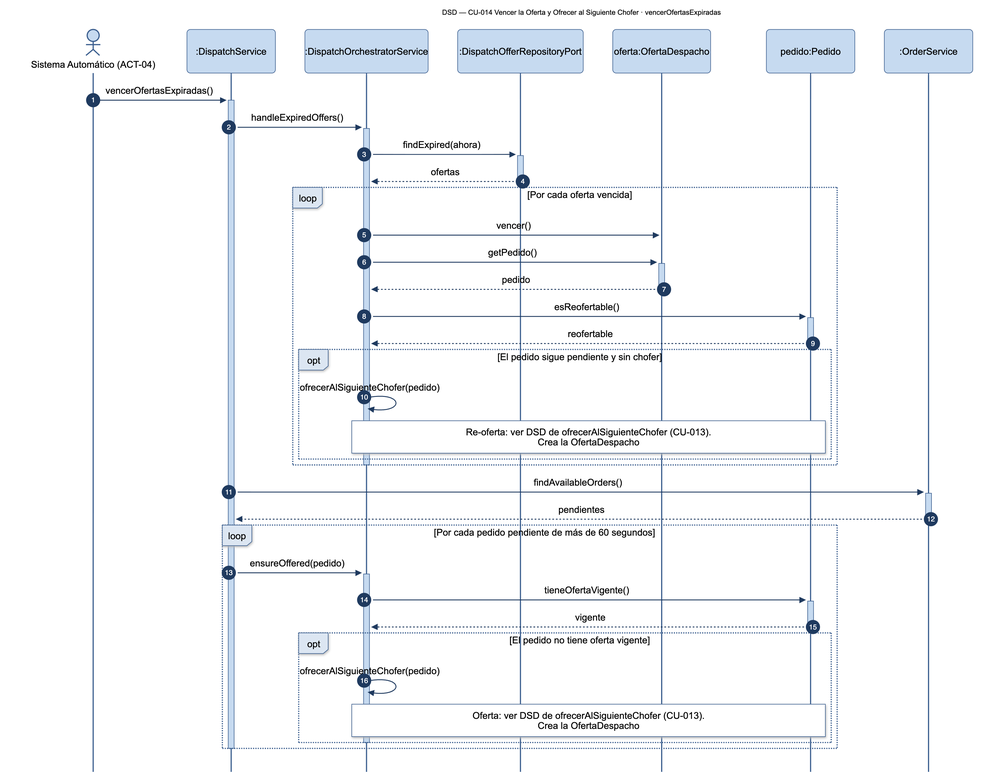
Before: diagramas/png/DSD_CU-014_vencerOfertasExpiradas.png, a diagram exported from Mermaid (Nahuelito-Dev/splg-docs). Its source is kept beside it as diagramas/DSD_CU-014_vencerOfertasExpiradas.mmd.
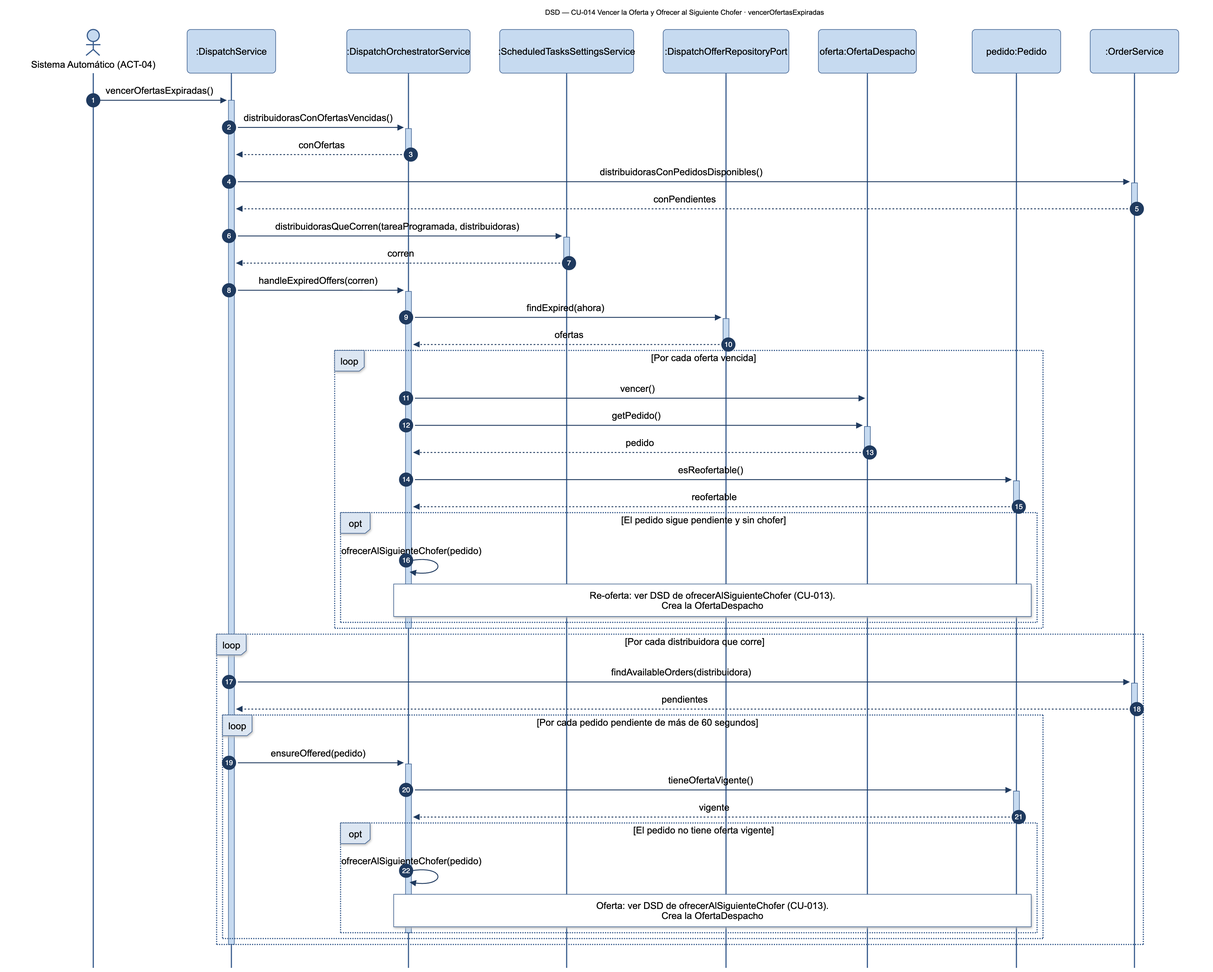
Later version of the same file.

The edit, as a diff of the source:
```diff
@@ -4,13 +4,20 @@
     actor SIS as Sistema Automático (ACT-04)
     participant TIK as :DispatchService
     participant ORQ as :DispatchOrchestratorService
+    participant FRC as :ScheduledTasksSettingsService
     participant OFR as :DispatchOfferRepositoryPort
     participant OFE as oferta:OfertaDespacho
     participant PED as pedido:Pedido
     participant ORS as :OrderService
 
     SIS->>+TIK: vencerOfertasExpiradas()
-    TIK->>+ORQ: handleExpiredOffers()
+    TIK->>+ORQ: distribuidorasConOfertasVencidas()
+    ORQ-->>-TIK: conOfertas
+    TIK->>+ORS: distribuidorasConPedidosDisponibles()
+    ORS-->>-TIK: conPendientes
+    TIK->>+FRC: distribuidorasQueCorren(tareaProgramada, distribuidoras)
+    FRC-->>-TIK: corren
+    TIK->>+ORQ: handleExpiredOffers(corren)
     ORQ->>+OFR: findExpired(ahora)
     OFR-->>-ORQ: ofertas
     loop Por cada oferta vencida
@@ -25,16 +32,18 @@
         end
     end
     deactivate ORQ
-    TIK->>+ORS: findAvailableOrders()
-    ORS-->>-TIK: pendientes
-    loop Por cada pedido pendiente de más de 60 segundos
-        TIK->>+ORQ: ensureOffered(pedido)
-        ORQ->>+PED: tieneOfertaVigente()
-        PED-->>-ORQ: vigente
-        opt El pedido no tiene oferta vigente
-            ORQ->>ORQ: ofrecerAlSiguienteChofer(pedido)
-            Note over ORQ,PED: Oferta: ver DSD de ofrecerAlSiguienteChofer (CU-013).<br/>Crea la OfertaDespacho
+    loop Por cada distribuidora que corre
+        TIK->>+ORS: findAvailableOrders(distribuidora)
+        ORS-->>-TIK: pendientes
+        loop Por cada pedido pendiente de más de 60 segundos
+            TIK->>+ORQ: ensureOffered(pedido)
+            ORQ->>+PED: tieneOfertaVigente()
+            PED-->>-ORQ: vigente
+            opt El pedido no tiene oferta vigente
+                ORQ->>ORQ: ofrecerAlSiguienteChofer(pedido)
+                Note over ORQ,PED: Oferta: ver DSD de ofrecerAlSiguienteChofer (CU-013).<br/>Crea la OfertaDespacho
+            end
+            deactivate ORQ
         end
-        deactivate ORQ
     end
     deactivate TIK
```
